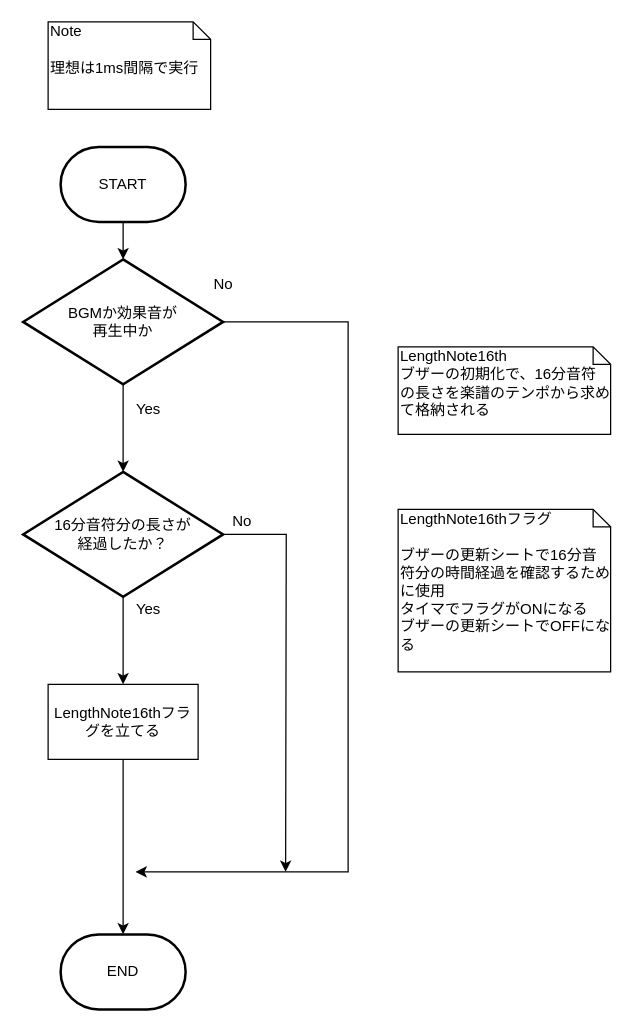
This is page "タイマー" (5 of 6) of 資料/設計書/フローチャート/モグラ叩き_Buzzer.drawio from hakohumi/comp.train.whack-a-mole, a draw.io file, before an edit. Source tidied: cells renumbered, new cells numbered last; positions are measured from the earlier drawing's top-left corner, leaving out a move shared by most shapes. Both pictures are drawn from the tidied source at 125%, with x=0, y=0 at pixel (22, 21).
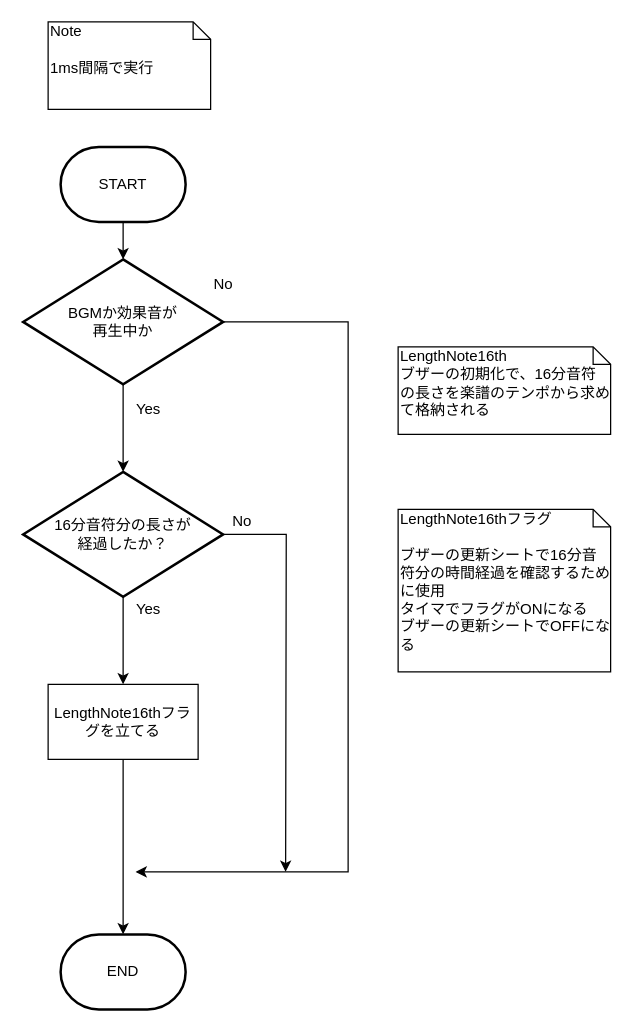
The same page after the edit.

Change to the diagram source:
```diff
@@
-    <mxCell id="2" value="Note&lt;br&gt;&lt;br&gt;理想は1ms間隔で実行" style="shape=note;whiteSpace=wrap;html=1;size=14;verticalAlign=top;align=left;spacingTop=-6;" parent="1" vertex="1">
+    <mxCell id="2" value="Note&lt;br&gt;&lt;br&gt;1ms間隔で実行" style="shape=note;whiteSpace=wrap;html=1;size=14;verticalAlign=top;align=left;spacingTop=-6;" parent="1" vertex="1">
       <mxGeometry x="20" width="130" height="70" as="geometry" />
     </mxCell>
```
